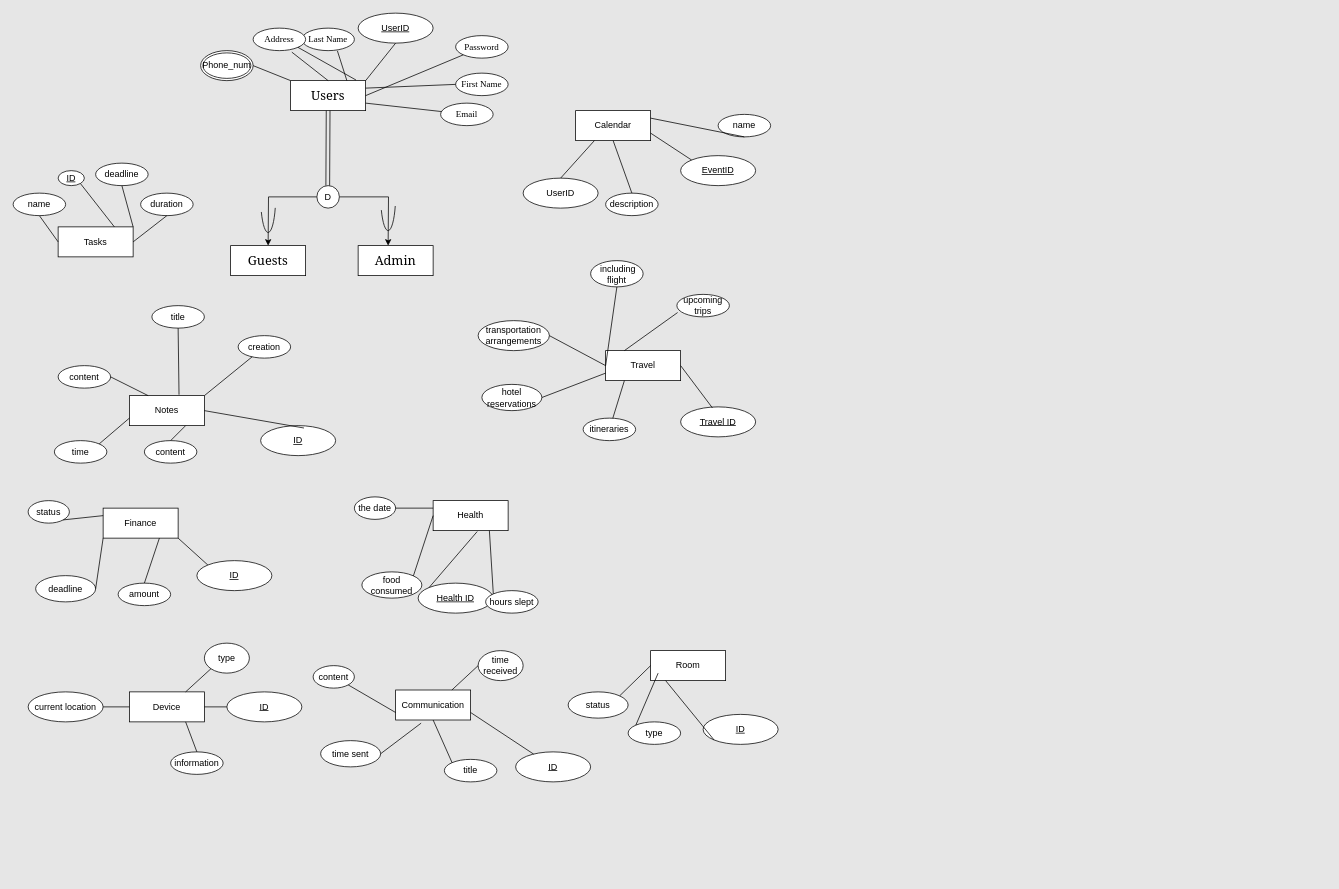
The draw.io diagram Untitled Diagram.drawio in JimmyDevvvvv/Ooga-booga-DB, before the edit. Source tidied: cells renumbered, new cells numbered last; positions are measured from the earlier drawing's top-left corner, leaving out a move shared by most shapes. Both pictures are drawn from the tidied source at 75%, with x=0, y=0 at pixel (13, 13).
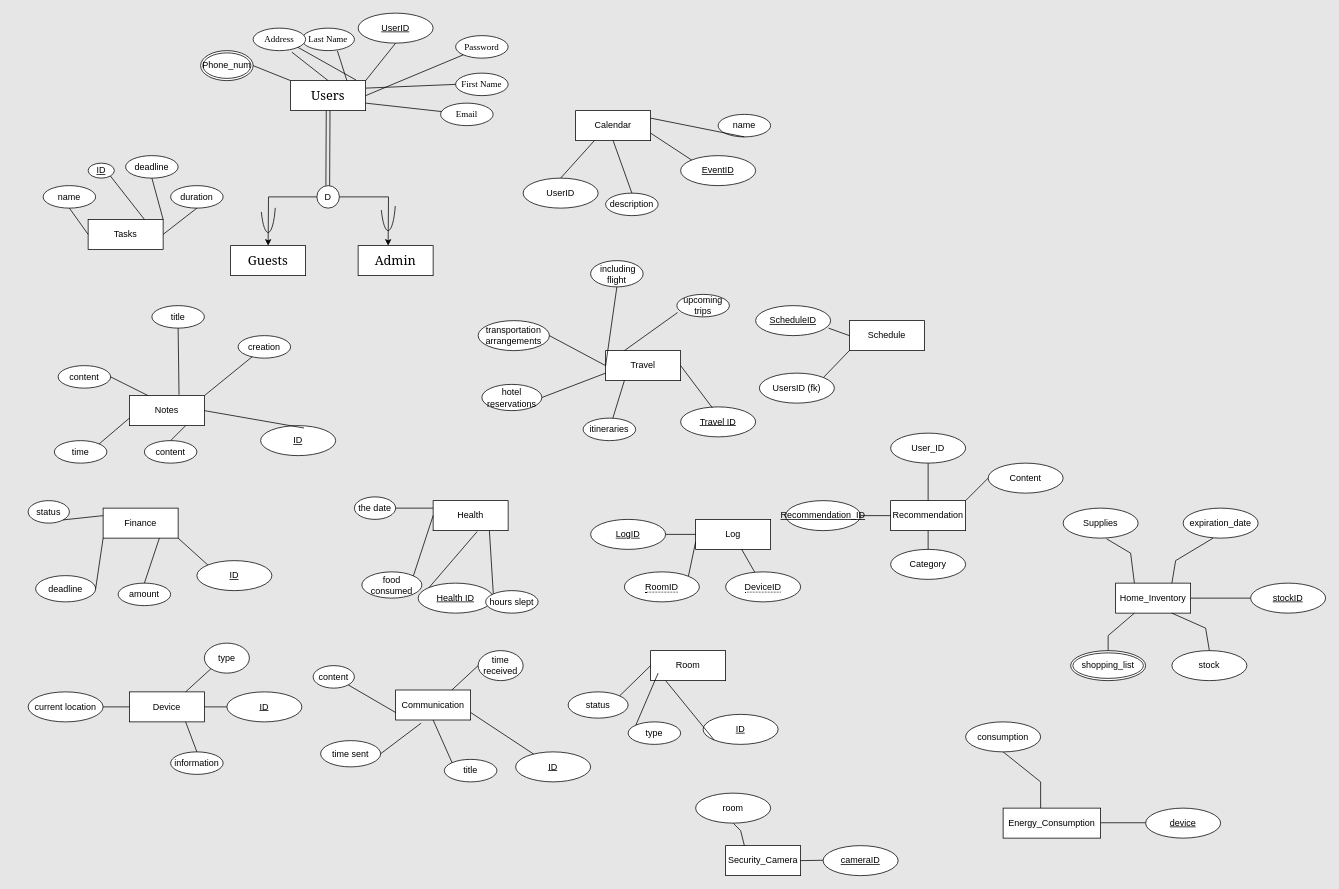
The same diagram, later.

Change to the diagram source:
```diff
@@
     <mxCell id="18" value="&lt;p style=&quot;line-height: 240%;&quot;&gt;Tasks&lt;br&gt;&lt;/p&gt;" style="whiteSpace=wrap;html=1;align=center;fillColor=#FFFFFF;" parent="1" vertex="1">
-      <mxGeometry x="60" y="285" width="100" height="40" as="geometry" />
+      <mxGeometry x="100" y="275" width="100" height="40" as="geometry" />
     </mxCell>
     <mxCell id="19" value="ID " style="ellipse;whiteSpace=wrap;html=1;align=center;fontStyle=4;" parent="1" vertex="1">
-      <mxGeometry x="60" y="210" width="35" height="20" as="geometry" />
+      <mxGeometry x="100" y="200" width="35" height="20" as="geometry" />
     </mxCell>
     <mxCell id="20" value="deadline" style="ellipse;whiteSpace=wrap;html=1;align=center;" parent="1" vertex="1">
-      <mxGeometry x="110" y="200" width="70" height="30" as="geometry" />
+      <mxGeometry x="150" y="190" width="70" height="30" as="geometry" />
     </mxCell>
     <mxCell id="21" value="name" style="ellipse;whiteSpace=wrap;html=1;align=center;" parent="1" vertex="1">
-      <mxGeometry y="240" width="70" height="30" as="geometry" />
+      <mxGeometry x="40" y="230" width="70" height="30" as="geometry" />
     </mxCell>
     <mxCell id="22" value="duration" style="ellipse;whiteSpace=wrap;html=1;align=center;" parent="1" vertex="1">
-      <mxGeometry x="170" y="240" width="70" height="30" as="geometry" />
+      <mxGeometry x="210" y="230" width="70" height="30" as="geometry" />
     </mxCell>
@@
+    <mxCell id="115" value="Log" style="whiteSpace=wrap;html=1;align=center;" parent="1" vertex="1">
+      <mxGeometry x="910" y="675" width="100" height="40" as="geometry" />
+    </mxCell>
+    <mxCell id="116" value="&lt;u&gt;LogID&lt;/u&gt;" style="ellipse;whiteSpace=wrap;html=1;align=center;" parent="1" vertex="1">
+      <mxGeometry x="770" y="675" width="100" height="40" as="geometry" />
+    </mxCell>
+    <mxCell id="117" value="&lt;span style=&quot;border-bottom: 1px dotted&quot;&gt;DeviceID&lt;/span&gt;" style="ellipse;whiteSpace=wrap;html=1;align=center;" parent="1" vertex="1">
+      <mxGeometry x="950" y="745" width="100" height="40" as="geometry" />
+    </mxCell>
+    <mxCell id="118" value="&lt;span style=&quot;border-bottom: 1px dotted&quot;&gt;RoomID&lt;/span&gt;" style="ellipse;whiteSpace=wrap;html=1;align=center;" parent="1" vertex="1">
+      <mxGeometry x="815" y="745" width="100" height="40" as="geometry" />
+    </mxCell>
+    <mxCell id="119" style="endArrow=none;html=1;rounded=0;entryX=0;entryY=0.75;entryDx=0;entryDy=0;exitX=1;exitY=0;exitDx=0;exitDy=0;" parent="1" edge="1" source="118" target="115">
+      <mxGeometry relative="1" as="geometry" />
+    </mxCell>
+    <mxCell id="120" style="endArrow=none;html=1;rounded=0;" parent="1" edge="1" source="115" target="117">
+      <mxGeometry relative="1" as="geometry" />
+    </mxCell>
+    <mxCell id="121" style="endArrow=none;html=1;rounded=0;entryX=0;entryY=0.5;entryDx=0;entryDy=0;exitX=1;exitY=0.5;exitDx=0;exitDy=0;" parent="1" edge="1" source="116" target="115">
+      <mxGeometry relative="1" as="geometry" />
+    </mxCell>
+    <mxCell id="122" value="Recommendation" style="whiteSpace=wrap;html=1;align=center;" parent="1" vertex="1">
+      <mxGeometry x="1170" y="650" width="100" height="40" as="geometry" />
+    </mxCell>
+    <mxCell id="123" value="Category" style="ellipse;whiteSpace=wrap;html=1;align=center;" parent="1" vertex="1">
+      <mxGeometry x="1170" y="715" width="100" height="40" as="geometry" />
+    </mxCell>
+    <mxCell id="124" value="Recommendation_ID" style="ellipse;whiteSpace=wrap;html=1;align=center;fontStyle=4;" parent="1" vertex="1">
+      <mxGeometry x="1030" y="650" width="100" height="40" as="geometry" />
+    </mxCell>
+    <mxCell id="125" value="Content" style="ellipse;whiteSpace=wrap;html=1;align=center;" parent="1" vertex="1">
+      <mxGeometry x="1300" y="600" width="100" height="40" as="geometry" />
+    </mxCell>
+    <mxCell id="126" value="User_ID" style="ellipse;whiteSpace=wrap;html=1;align=center;" parent="1" vertex="1">
+      <mxGeometry x="1170" y="560" width="100" height="40" as="geometry" />
+    </mxCell>
+    <mxCell id="127" style="endArrow=none;html=1;rounded=0;entryX=0;entryY=0.5;entryDx=0;entryDy=0;exitX=1;exitY=0.5;exitDx=0;exitDy=0;" parent="1" edge="1" source="124" target="122">
+      <mxGeometry relative="1" as="geometry" />
+    </mxCell>
+    <mxCell id="128" style="endArrow=none;html=1;rounded=0;entryX=0.5;entryY=1;entryDx=0;entryDy=0;exitX=0.5;exitY=0;exitDx=0;exitDy=0;" parent="1" edge="1" source="122" target="126">
+      <mxGeometry relative="1" as="geometry" />
+    </mxCell>
+    <mxCell id="129" style="endArrow=none;html=1;rounded=0;entryX=0;entryY=0.5;entryDx=0;entryDy=0;exitX=1;exitY=0;exitDx=0;exitDy=0;" parent="1" edge="1" source="122" target="125">
+      <mxGeometry relative="1" as="geometry" />
+    </mxCell>
+    <mxCell id="130" style="endArrow=none;html=1;rounded=0;entryX=0.5;entryY=1;entryDx=0;entryDy=0;" parent="1" edge="1" source="123" target="122">
+      <mxGeometry relative="1" as="geometry" />
+    </mxCell>
+    <mxCell id="131" value="Schedule" style="whiteSpace=wrap;html=1;align=center;" parent="1" vertex="1">
+      <mxGeometry x="1115" y="410" width="100" height="40" as="geometry" />
+    </mxCell>
+    <mxCell id="132" value="ScheduleID" style="ellipse;whiteSpace=wrap;html=1;align=center;fontStyle=4;" parent="1" vertex="1">
+      <mxGeometry x="990" y="390" width="100" height="40" as="geometry" />
+    </mxCell>
+    <mxCell id="133" value="UsersID (fk)" style="ellipse;whiteSpace=wrap;html=1;align=center;" parent="1" vertex="1">
+      <mxGeometry x="995" y="480" width="100" height="40" as="geometry" />
+    </mxCell>
+    <mxCell id="134" style="endArrow=none;html=1;rounded=0;entryX=0;entryY=1;entryDx=0;entryDy=0;exitX=1;exitY=0;exitDx=0;exitDy=0;" parent="1" edge="1" source="133" target="131">
+      <mxGeometry relative="1" as="geometry" />
+    </mxCell>
+    <mxCell id="135" style="endArrow=none;html=1;rounded=0;entryX=0;entryY=0.5;entryDx=0;entryDy=0;exitX=0.972;exitY=0.75;exitDx=0;exitDy=0;exitPerimeter=0;" parent="1" edge="1" source="132" target="131">
+      <mxGeometry relative="1" as="geometry" />
+    </mxCell>
+    <mxCell id="136" style="endArrow=none;html=1;rounded=0;exitX=0.5;exitY=1;exitDx=0;exitDy=0;entryX=0.5;entryY=0;entryDx=0;entryDy=0;" parent="1" edge="1">
+      <mxGeometry relative="1" as="geometry">
+        <mxPoint x="1320" y="985" as="sourcePoint" />
+        <mxPoint x="1370" y="1060" as="targetPoint" />
+        <Array as="points">
+          <mxPoint x="1370" y="1025" />
+        </Array>
+      </mxGeometry>
+    </mxCell>
+    <mxCell id="137" style="endArrow=none;html=1;rounded=0;" parent="1" edge="1">
+      <mxGeometry relative="1" as="geometry">
+        <mxPoint x="1450" y="1079.5" as="sourcePoint" />
+        <mxPoint x="1510" y="1079.5" as="targetPoint" />
+      </mxGeometry>
+    </mxCell>
+    <mxCell id="138" value="Security_Camera" style="whiteSpace=wrap;html=1;align=center;" parent="1" vertex="1">
+      <mxGeometry x="950" y="1110" width="100" height="40" as="geometry" />
+    </mxCell>
+    <mxCell id="139" value="consumption" style="ellipse;whiteSpace=wrap;html=1;align=center;" parent="1" vertex="1">
+      <mxGeometry x="1270" y="945" width="100" height="40" as="geometry" />
+    </mxCell>
+    <mxCell id="140" value="&#10;&lt;br style=&quot;border-color: var(--border-color); color: rgb(0, 0, 0); font-family: Helvetica; font-size: 12px; font-style: normal; font-variant-ligatures: normal; font-variant-caps: normal; font-weight: 400; letter-spacing: normal; orphans: 2; text-align: center; text-indent: 0px; text-transform: none; widows: 2; word-spacing: 0px; -webkit-text-stroke-width: 0px; background-color: rgb(251, 251, 251); text-decoration-thickness: initial; text-decoration-style: initial; text-decoration-color: initial;&quot;&gt;&lt;span style=&quot;border-color: var(--border-color); color: rgb(0, 0, 0); font-family: Helvetica; font-size: 12px; font-style: normal; font-variant-ligatures: normal; font-variant-caps: normal; font-weight: 400; letter-spacing: normal; orphans: 2; text-align: center; text-indent: 0px; text-transform: none; widows: 2; word-spacing: 0px; -webkit-text-stroke-width: 0px; text-decoration-thickness: initial; text-decoration-style: initial; text-decoration-color: initial; background-color: rgb(251, 251, 251); float: none; display: inline !important;&quot;&gt;Energy_Consumption&lt;/span&gt;&#10;&#10;" style="whiteSpace=wrap;html=1;align=center;" parent="1" vertex="1">
+      <mxGeometry x="1320" y="1060" width="130" height="40" as="geometry" />
+    </mxCell>
+    <mxCell id="141" style="endArrow=none;html=1;rounded=0;entryX=0.25;entryY=0;entryDx=0;entryDy=0;" parent="1" edge="1" target="138">
+      <mxGeometry relative="1" as="geometry">
+        <mxPoint x="960" y="1080" as="sourcePoint" />
+        <Array as="points">
+          <mxPoint x="970" y="1090" />
+        </Array>
+      </mxGeometry>
+    </mxCell>
+    <mxCell id="142" value="device" style="ellipse;whiteSpace=wrap;html=1;align=center;fontStyle=4;" parent="1" vertex="1">
+      <mxGeometry x="1510" y="1060" width="100" height="40" as="geometry" />
+    </mxCell>
+    <mxCell id="143" value="room" style="ellipse;whiteSpace=wrap;html=1;align=center;" parent="1" vertex="1">
+      <mxGeometry x="910" y="1040" width="100" height="40" as="geometry" />
+    </mxCell>
+    <mxCell id="144" value="cameraID" style="ellipse;whiteSpace=wrap;html=1;align=center;fontStyle=4;" parent="1" vertex="1">
+      <mxGeometry x="1080" y="1110" width="100" height="40" as="geometry" />
+    </mxCell>
+    <mxCell id="145" style="endArrow=none;html=1;rounded=0;exitX=1;exitY=0.5;exitDx=0;exitDy=0;" parent="1" edge="1" source="138">
+      <mxGeometry relative="1" as="geometry">
+        <mxPoint x="1080" y="1129.5" as="targetPoint" />
+      </mxGeometry>
+    </mxCell>
+    <mxCell id="146" value="Home_Inventory" style="whiteSpace=wrap;html=1;align=center;" parent="1" vertex="1">
+      <mxGeometry x="1470" y="760" width="100" height="40" as="geometry" />
+    </mxCell>
+    <mxCell id="147" value="Supplies" style="ellipse;whiteSpace=wrap;html=1;align=center;" parent="1" vertex="1">
+      <mxGeometry x="1400" y="660" width="100" height="40" as="geometry" />
+    </mxCell>
+    <mxCell id="148" style="endArrow=none;html=1;rounded=0;entryX=0.25;entryY=0;entryDx=0;entryDy=0;exitX=0.58;exitY=1.025;exitDx=0;exitDy=0;exitPerimeter=0;" parent="1" edge="1" source="147" target="146">
+      <mxGeometry relative="1" as="geometry">
+        <Array as="points">
+          <mxPoint x="1490" y="720" />
+        </Array>
+      </mxGeometry>
+    </mxCell>
+    <mxCell id="149" value="expiration_date" style="ellipse;whiteSpace=wrap;html=1;align=center;" parent="1" vertex="1">
+      <mxGeometry x="1560" y="660" width="100" height="40" as="geometry" />
+    </mxCell>
+    <mxCell id="150" style="endArrow=none;html=1;rounded=0;entryX=0.75;entryY=0;entryDx=0;entryDy=0;" parent="1" edge="1" target="146">
+      <mxGeometry relative="1" as="geometry">
+        <mxPoint x="1600" y="700" as="sourcePoint" />
+        <Array as="points">
+          <mxPoint x="1550" y="730" />
+        </Array>
+      </mxGeometry>
+    </mxCell>
+    <mxCell id="151" value="stock" style="ellipse;whiteSpace=wrap;html=1;align=center;" parent="1" vertex="1">
+      <mxGeometry x="1545" y="850" width="100" height="40" as="geometry" />
+    </mxCell>
+    <mxCell id="152" style="endArrow=none;html=1;rounded=0;entryX=0.5;entryY=0;entryDx=0;entryDy=0;exitX=0.75;exitY=1;exitDx=0;exitDy=0;" parent="1" edge="1" source="146" target="151">
+      <mxGeometry relative="1" as="geometry">
+        <Array as="points">
+          <mxPoint x="1590" y="820" />
+        </Array>
+      </mxGeometry>
+    </mxCell>
+    <mxCell id="153" value="shopping_list" style="ellipse;shape=doubleEllipse;margin=3;whiteSpace=wrap;html=1;align=center;" parent="1" vertex="1">
+      <mxGeometry x="1410" y="850" width="100" height="40" as="geometry" />
+    </mxCell>
+    <mxCell id="154" style="endArrow=none;html=1;rounded=0;exitX=0.5;exitY=0;exitDx=0;exitDy=0;entryX=0.25;entryY=1;entryDx=0;entryDy=0;" parent="1" edge="1" source="153" target="146">
+      <mxGeometry relative="1" as="geometry">
+        <Array as="points">
+          <mxPoint x="1460" y="830" />
+        </Array>
+      </mxGeometry>
+    </mxCell>
+    <mxCell id="155" style="endArrow=none;html=1;rounded=0;exitX=1;exitY=0.5;exitDx=0;exitDy=0;" parent="1" edge="1" source="146">
+      <mxGeometry relative="1" as="geometry">
+        <mxPoint x="1650" y="780" as="targetPoint" />
+      </mxGeometry>
+    </mxCell>
+    <mxCell id="156" value="stockID" style="ellipse;whiteSpace=wrap;html=1;align=center;fontStyle=4;" parent="1" vertex="1">
+      <mxGeometry x="1650" y="760" width="100" height="40" as="geometry" />
+    </mxCell>
```
